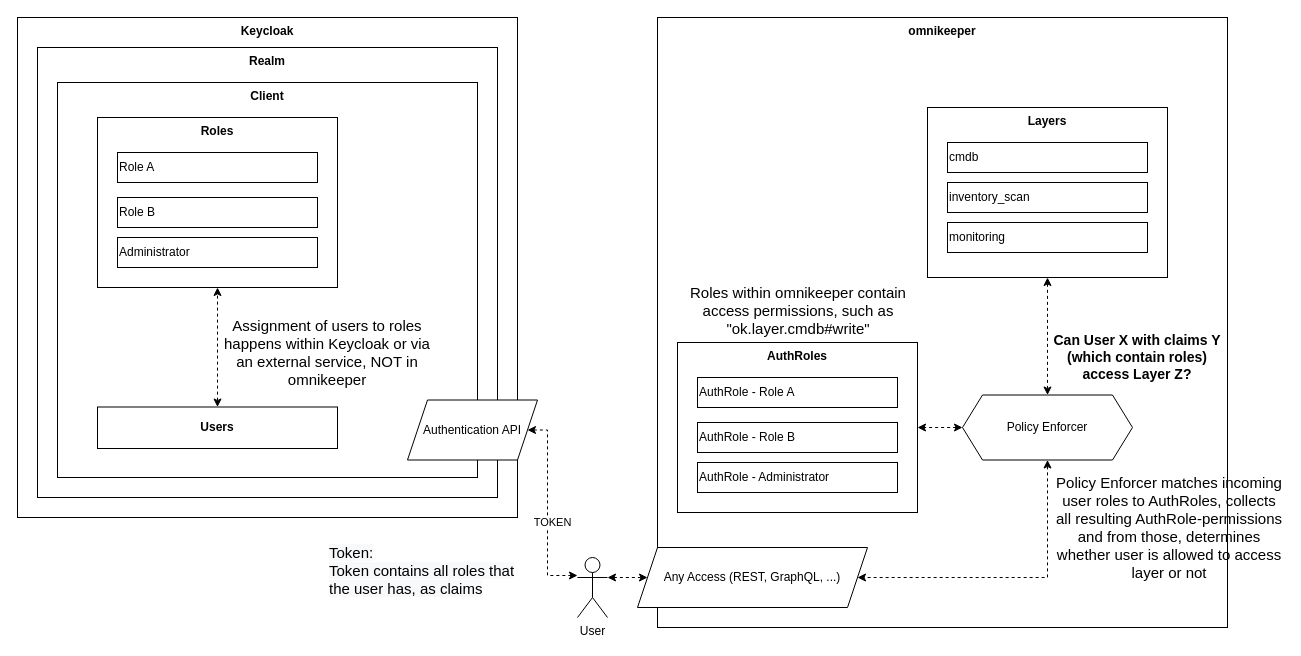
The draw.io diagram docs/source/authorization/authz-overview.drawio in max-bytes/omnikeeper, before the edit. Source tidied: cells renumbered, new cells numbered last; positions are measured from the earlier drawing's top-left corner, leaving out a move shared by most shapes. Both pictures are drawn from the tidied source at 100%, with x=0, y=0 at pixel (17, 17).
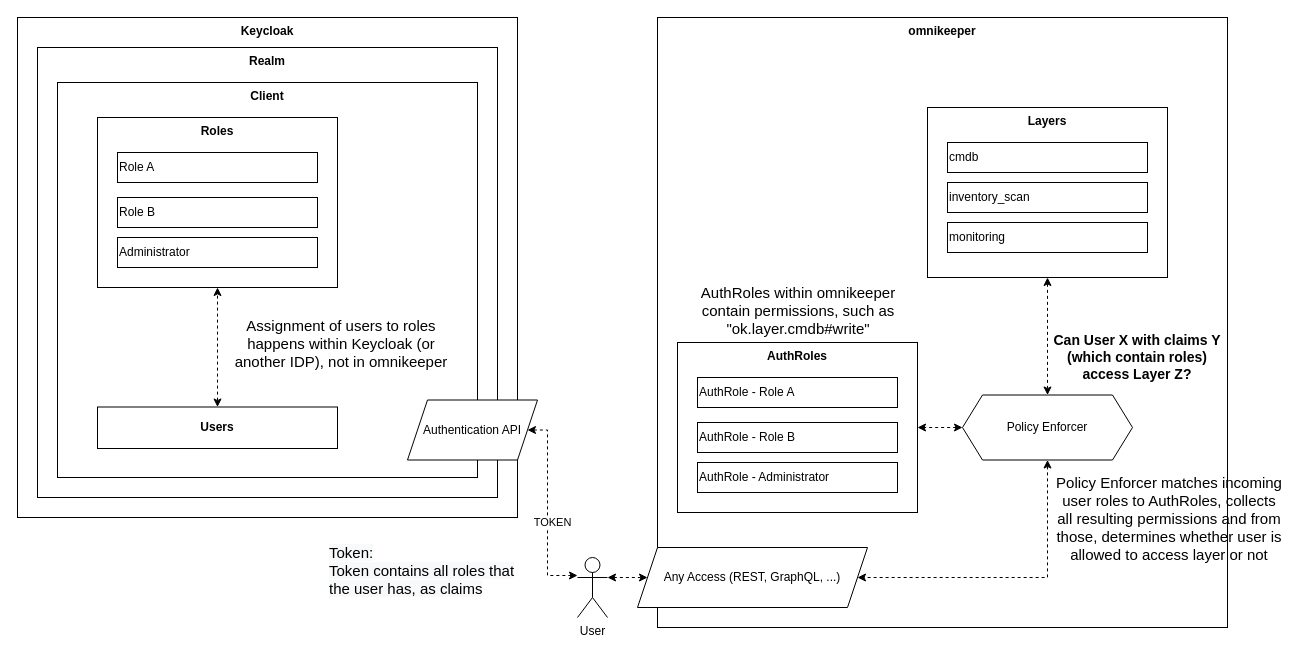
The same page after the edit.

Commit message (it also covers changes not shown here):
Improved documentation for authz

Change to the diagram source:
```diff
@@
-    <mxCell id="33" value="&lt;div style=&quot;text-align: center&quot;&gt;&lt;span&gt;&lt;font face=&quot;helvetica&quot;&gt;Roles within omnikeeper contain access permissions, such as &quot;ok.layer.cmdb#write&quot;&lt;/font&gt;&lt;/span&gt;&lt;/div&gt;" style="text;whiteSpace=wrap;html=1;fontSize=15;" parent="1" vertex="1">
+    <mxCell id="33" value="&lt;div style=&quot;text-align: center&quot;&gt;&lt;span&gt;&lt;font face=&quot;helvetica&quot;&gt;AuthRoles within omnikeeper contain permissions, such as &quot;ok.layer.cmdb#write&quot;&lt;/font&gt;&lt;/span&gt;&lt;/div&gt;" style="text;whiteSpace=wrap;html=1;fontSize=15;" parent="1" vertex="1">
       <mxGeometry x="665" y="260" width="230" height="70" as="geometry" />
     </mxCell>
-    <mxCell id="34" value="&lt;div style=&quot;text-align: center&quot;&gt;&lt;span&gt;&lt;font face=&quot;helvetica&quot;&gt;Assignment of users to roles happens within Keycloak or via an external service, NOT in omnikeeper&lt;/font&gt;&lt;/span&gt;&lt;/div&gt;" style="text;whiteSpace=wrap;html=1;fontSize=15;" parent="1" vertex="1">
-      <mxGeometry x="204" y="293" width="210" height="70" as="geometry" />
+    <mxCell id="34" value="&lt;div style=&quot;text-align: center&quot;&gt;&lt;span&gt;&lt;font face=&quot;helvetica&quot;&gt;Assignment of users to roles happens within Keycloak (or another IDP), not in omnikeeper&lt;/font&gt;&lt;/span&gt;&lt;/div&gt;" style="text;whiteSpace=wrap;html=1;fontSize=15;" parent="1" vertex="1">
+      <mxGeometry x="204" y="293" width="238" height="70" as="geometry" />
     </mxCell>
@@
-    <mxCell id="37" value="&lt;div style=&quot;text-align: center&quot;&gt;&lt;span&gt;&lt;font face=&quot;helvetica&quot;&gt;Policy Enforcer matches incoming user roles to AuthRoles, collects all resulting AuthRole-permissions and from those, determines whether user is allowed to access layer or not&lt;/font&gt;&lt;/span&gt;&lt;/div&gt;" style="text;whiteSpace=wrap;html=1;fontSize=15;" parent="1" vertex="1">
+    <mxCell id="37" value="&lt;div style=&quot;text-align: center&quot;&gt;&lt;span&gt;&lt;font face=&quot;helvetica&quot;&gt;Policy Enforcer matches incoming user roles to AuthRoles, collects all resulting permissions and from those, determines whether user is allowed to access layer or not&lt;/font&gt;&lt;/span&gt;&lt;/div&gt;" style="text;whiteSpace=wrap;html=1;fontSize=15;" parent="1" vertex="1">
       <mxGeometry x="1036" y="450" width="230" height="124" as="geometry" />
     </mxCell>
```
